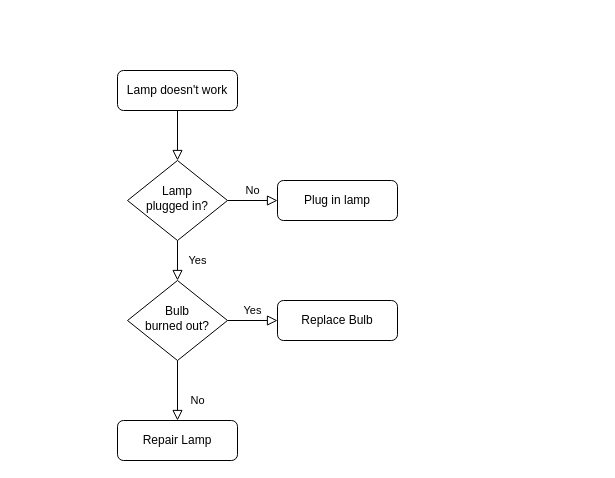
Earlier version of the draw.io diagram Untitled Diagram.drawio (NorthQF/EddieFlowchart). Source tidied: cells renumbered, new cells numbered last; positions are measured from the earlier drawing's top-left corner, leaving out a move shared by most shapes. Both pictures are drawn from the tidied source at 100%, with x=0, y=0 at pixel (117, 70).
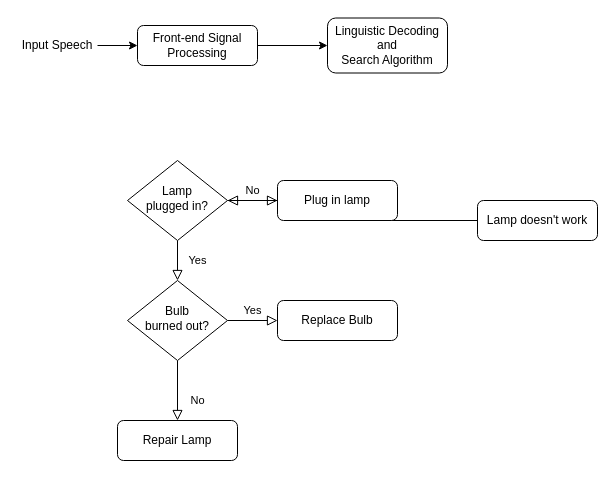
Above is the later version.

What changed in the source:
```diff
@@
 <mxGraphModel>
   <root>
     <mxCell id="0" />
     <mxCell id="1" parent="0" />
     <mxCell id="2" style="rounded=0;html=1;jettySize=auto;fontSize=11;endArrow=block;endFill=0;endSize=8;strokeWidth=1;shadow=0;labelBackgroundColor=none;edgeStyle=orthogonalEdgeStyle;" parent="1" edge="1" source="3" target="6">
       <mxGeometry relative="1" as="geometry" />
     </mxCell>
     <mxCell id="3" value="Lamp doesn't work" style="rounded=1;whiteSpace=wrap;html=1;fontSize=12;glass=0;strokeWidth=1;shadow=0;" parent="1" vertex="1">
-      <mxGeometry width="120" height="40" as="geometry" />
+      <mxGeometry x="360" y="130" width="120" height="40" as="geometry" />
     </mxCell>
     <mxCell id="4" value="Yes" style="rounded=0;html=1;jettySize=auto;fontSize=11;endArrow=block;endFill=0;endSize=8;strokeWidth=1;shadow=0;labelBackgroundColor=none;edgeStyle=orthogonalEdgeStyle;" parent="1" edge="1" source="6" target="10">
       <mxGeometry y="20" relative="1" as="geometry" />
     </mxCell>
     <mxCell id="5" value="No" style="edgeStyle=orthogonalEdgeStyle;rounded=0;html=1;jettySize=auto;fontSize=11;endArrow=block;endFill=0;endSize=8;strokeWidth=1;shadow=0;labelBackgroundColor=none;" parent="1" edge="1" source="6" target="7">
       <mxGeometry y="10" relative="1" as="geometry" />
     </mxCell>
     <mxCell id="6" value="Lamp&lt;br&gt;plugged in?" style="rhombus;whiteSpace=wrap;html=1;shadow=0;fontFamily=Helvetica;fontSize=12;align=center;strokeWidth=1;spacing=6;spacingTop=-4;" parent="1" vertex="1">
       <mxGeometry x="10" y="90" width="100" height="80" as="geometry" />
     </mxCell>
     <mxCell id="7" value="Plug in lamp" style="rounded=1;whiteSpace=wrap;html=1;fontSize=12;glass=0;strokeWidth=1;shadow=0;" parent="1" vertex="1">
       <mxGeometry x="160" y="110" width="120" height="40" as="geometry" />
     </mxCell>
     <mxCell id="8" value="No" style="rounded=0;html=1;jettySize=auto;fontSize=11;endArrow=block;endFill=0;endSize=8;strokeWidth=1;shadow=0;labelBackgroundColor=none;edgeStyle=orthogonalEdgeStyle;" parent="1" edge="1" source="10" target="11">
       <mxGeometry x="0.33" y="20" relative="1" as="geometry" />
     </mxCell>
     <mxCell id="9" value="Yes" style="edgeStyle=orthogonalEdgeStyle;rounded=0;html=1;jettySize=auto;fontSize=11;endArrow=block;endFill=0;endSize=8;strokeWidth=1;shadow=0;labelBackgroundColor=none;" parent="1" edge="1" source="10" target="12">
       <mxGeometry y="10" relative="1" as="geometry" />
     </mxCell>
     <mxCell id="10" value="Bulb&lt;br&gt;burned out?" style="rhombus;whiteSpace=wrap;html=1;shadow=0;fontFamily=Helvetica;fontSize=12;align=center;strokeWidth=1;spacing=6;spacingTop=-4;" parent="1" vertex="1">
       <mxGeometry x="10" y="210" width="100" height="80" as="geometry" />
     </mxCell>
     <mxCell id="11" value="Repair Lamp" style="rounded=1;whiteSpace=wrap;html=1;fontSize=12;glass=0;strokeWidth=1;shadow=0;" parent="1" vertex="1">
       <mxGeometry y="350" width="120" height="40" as="geometry" />
     </mxCell>
     <mxCell id="12" value="Replace Bulb" style="rounded=1;whiteSpace=wrap;html=1;fontSize=12;glass=0;strokeWidth=1;shadow=0;" parent="1" vertex="1">
       <mxGeometry x="160" y="230" width="120" height="40" as="geometry" />
     </mxCell>
+    <mxCell id="13" style="edgeStyle=orthogonalEdgeStyle;rounded=0;jettySize=auto;html=1;exitX=1;exitY=0.5;exitDx=0;exitDy=0;" parent="1" edge="1" source="14" target="16">
+      <mxGeometry relative="1" as="geometry" />
+    </mxCell>
+    <mxCell id="14" value="Input Speech" style="text;html=1;strokeColor=none;fillColor=none;align=center;verticalAlign=middle;whiteSpace=wrap;rounded=0;" parent="1" vertex="1">
+      <mxGeometry x="-100" y="-40" width="80" height="30" as="geometry" />
+    </mxCell>
+    <mxCell id="15" style="edgeStyle=orthogonalEdgeStyle;rounded=0;jettySize=auto;html=1;exitX=1;exitY=0.5;exitDx=0;exitDy=0;entryX=0;entryY=0.5;entryDx=0;entryDy=0;" parent="1" edge="1" source="16" target="17">
+      <mxGeometry relative="1" as="geometry" />
+    </mxCell>
+    <mxCell id="16" value="Front-end Signal Processing" style="rounded=1;whiteSpace=wrap;html=1;fontSize=12;glass=0;strokeWidth=1;shadow=0;" parent="1" vertex="1">
+      <mxGeometry x="20" y="-45" width="120" height="40" as="geometry" />
+    </mxCell>
+    <mxCell id="17" value="Linguistic Decoding and&lt;br&gt;Search Algorithm" style="rounded=1;whiteSpace=wrap;html=1;fontSize=12;glass=0;strokeWidth=1;shadow=0;" parent="1" vertex="1">
+      <mxGeometry x="210" y="-52.5" width="120" height="55" as="geometry" />
+    </mxCell>
   </root>
 </mxGraphModel>
```
